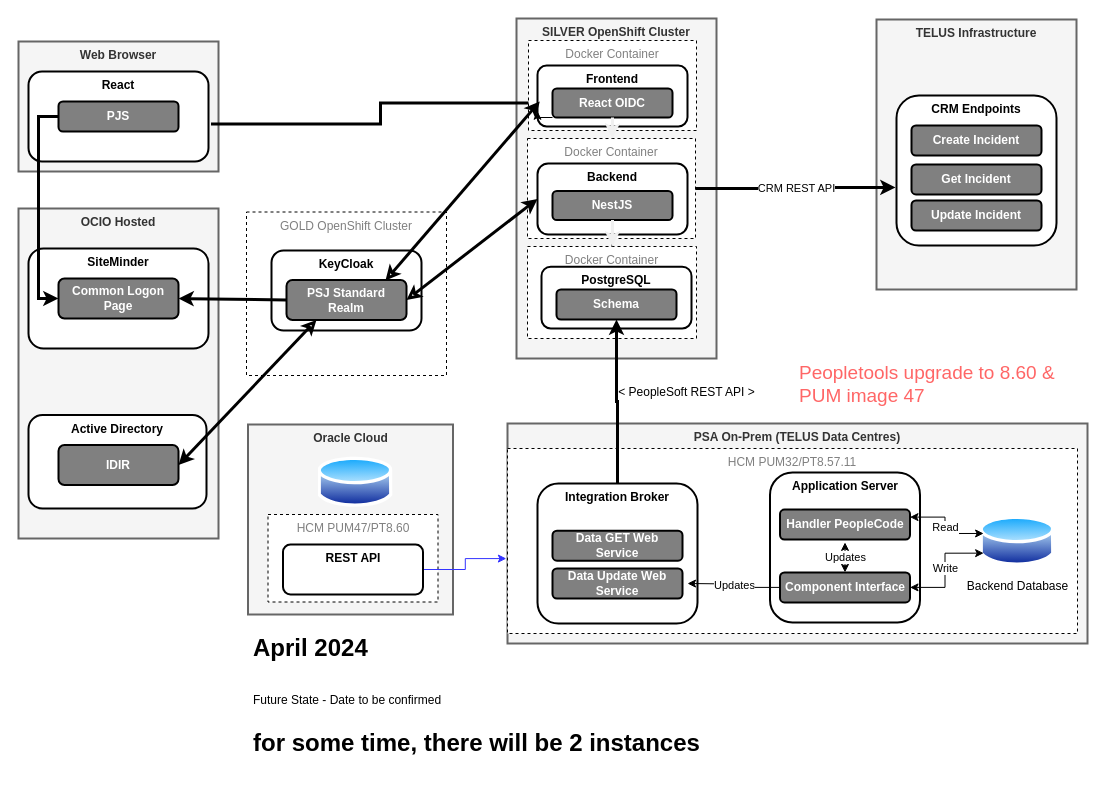
Before: page "Future State (Summer 2023)" (2 of 3) of docs/architecture/architecture.drawio in bcgov/psa-job-store, a draw.io diagram. Source tidied: cells renumbered, new cells numbered last; positions are measured from the earlier drawing's top-left corner, leaving out a move shared by most shapes. Both pictures are drawn from the tidied source at 100%, with x=0, y=0 at pixel (18, 18).
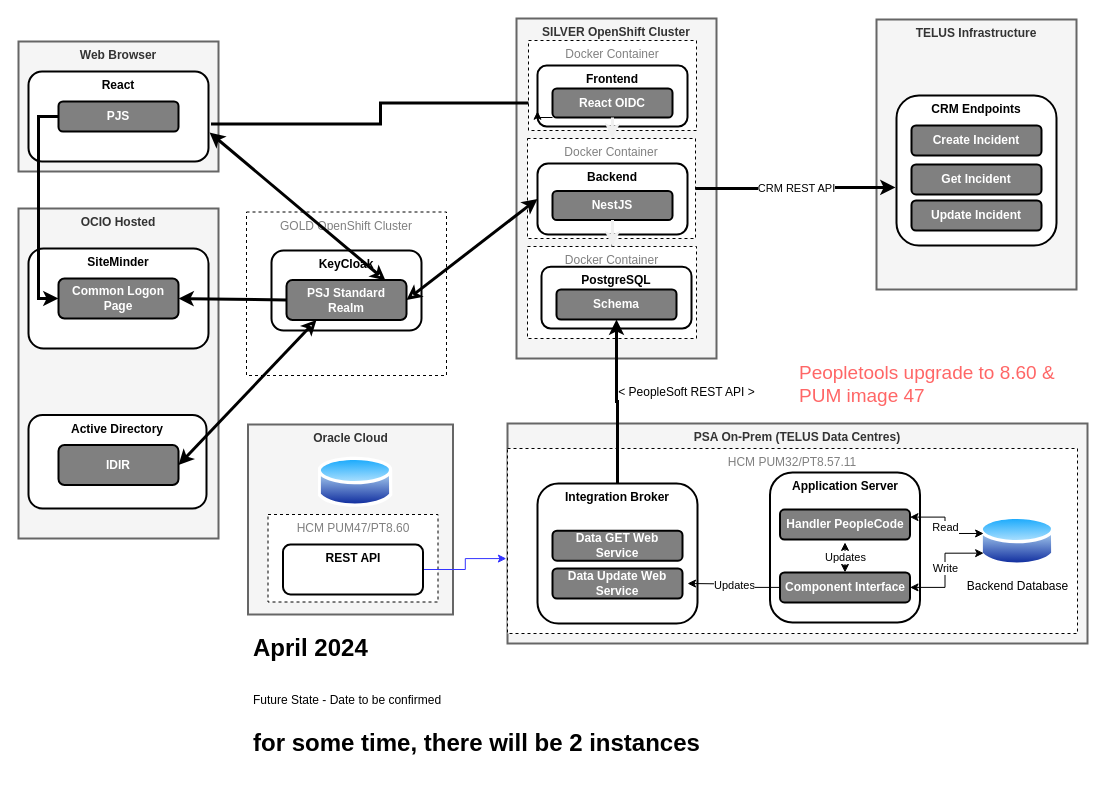
Above is the later version.

Unchanged cells that the change refers to:
```xml
<mxCell id="4" value="React" style="rounded=1;whiteSpace=wrap;html=1;strokeWidth=2;verticalAlign=top;fontStyle=1;" parent="1" vertex="1">
  <mxGeometry x="10" y="53" width="180" height="90" as="geometry" />
</mxCell>
<mxCell id="15" value="PSJ Standard&lt;br&gt;Realm" style="rounded=1;whiteSpace=wrap;html=1;strokeWidth=2;fillColor=#808080;fontColor=#FFFFFF;fontStyle=1;" parent="1" vertex="1">
  <mxGeometry x="268" y="261.5" width="120" height="40" as="geometry" />
</mxCell>
<mxCell id="20" value="Frontend" style="rounded=1;whiteSpace=wrap;html=1;strokeWidth=2;verticalAlign=top;fontStyle=1;" parent="1" vertex="1">
  <mxGeometry x="519" y="47" width="150" height="61" as="geometry" />
</mxCell>
```

Change to the diagram source:
```diff
@@
-    <mxCell id="23" style="rounded=0;jettySize=auto;html=1;startArrow=classic;startFill=none;endArrow=classic;endFill=0;fontColor=#FFFFFF;entryX=0.825;entryY=0.013;entryDx=0;entryDy=0;strokeWidth=3;exitX=0.015;exitY=0.59;exitDx=0;exitDy=0;entryPerimeter=0;exitPerimeter=0;" parent="1" edge="1" source="20" target="15">
+    <mxCell id="23" style="rounded=0;jettySize=auto;html=1;startArrow=classic;startFill=none;endArrow=classic;endFill=0;fontColor=#FFFFFF;entryX=0.825;entryY=0.013;entryDx=0;entryDy=0;strokeWidth=3;exitX=1.006;exitY=0.678;exitDx=0;exitDy=0;entryPerimeter=0;exitPerimeter=0;" parent="1" edge="1" source="4" target="15">
       <mxGeometry relative="1" as="geometry" />
     </mxCell>
```
